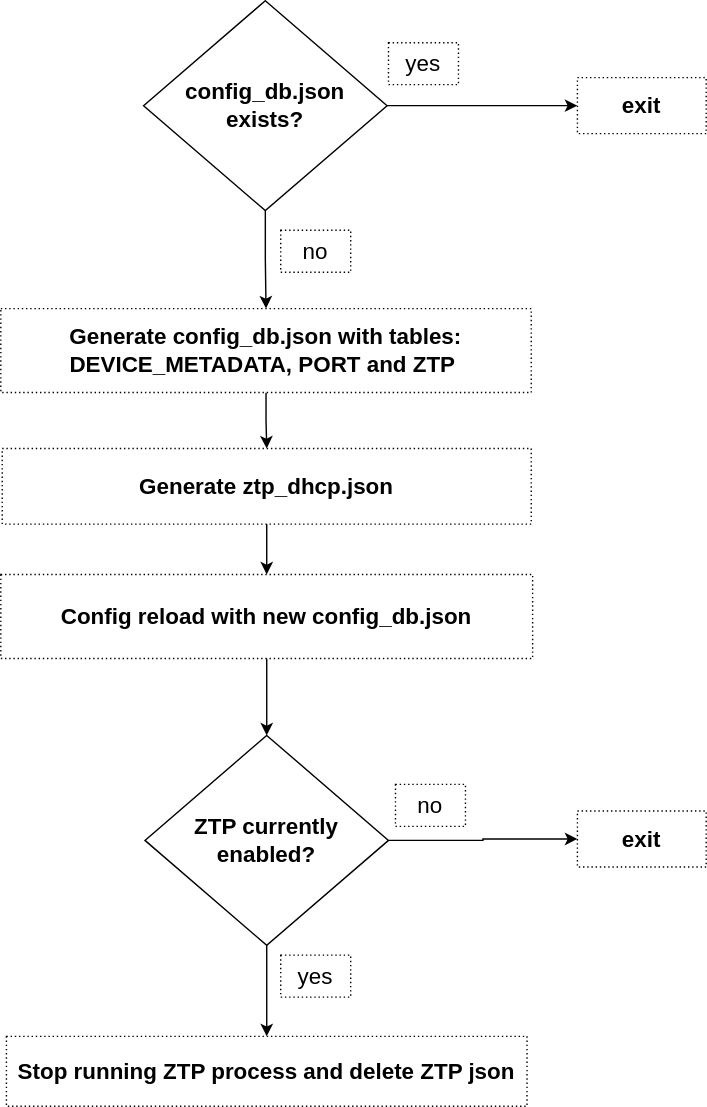
Earlier version of the draw.io export doc/ztp/images/config-setup.svg (liorghub/SONiC). Source tidied: cells renumbered, new cells last; positions are measured from the earlier drawing's top-left corner, leaving out a move shared by most shapes.
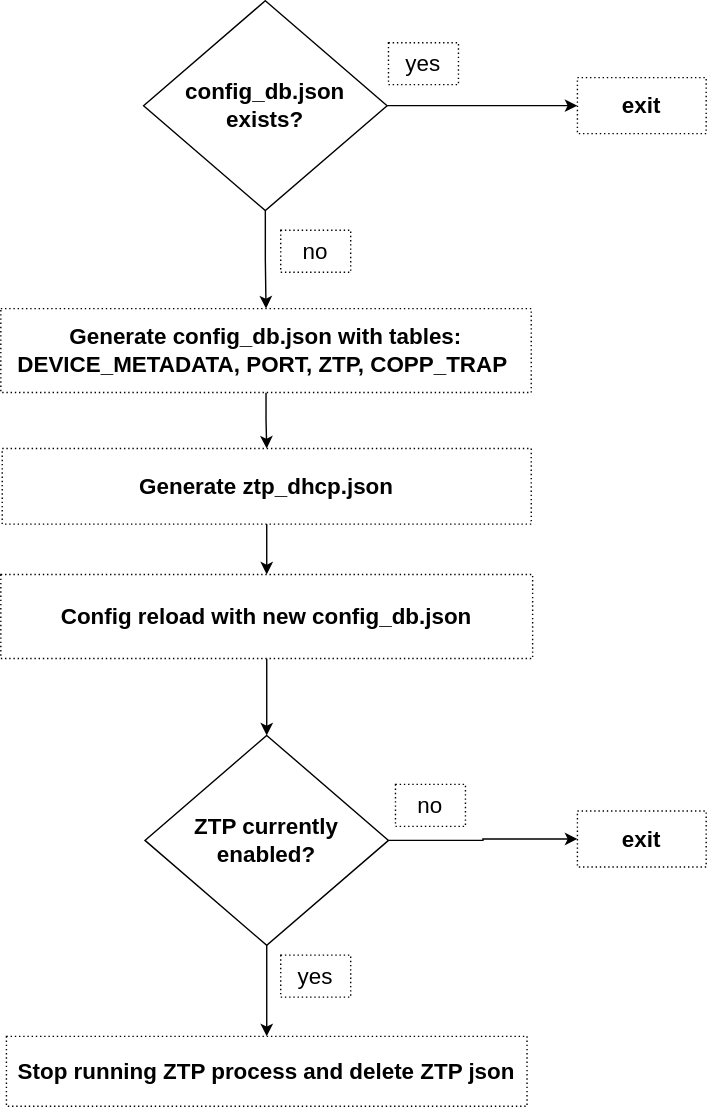
The same file after the commit.

What changed in the source:
```diff
@@ -26,7 +26,7 @@
     <mxCell id="9" style="edgeStyle=orthogonalEdgeStyle;rounded=0;jettySize=auto;html=1;entryX=0.5;entryY=0;entryDx=0;entryDy=0;fontSize=16;" parent="1" edge="1" source="10" target="12">
       <mxGeometry relative="1" as="geometry" />
     </mxCell>
-    <mxCell id="10" value="Generate&amp;nbsp;config_db.json with tables: &lt;br&gt;DEVICE_METADATA, PORT and ZTP&amp;nbsp;" style="rounded=0;whiteSpace=wrap;html=1;dashed=1;dashPattern=1 2;fontSize=16;fontStyle=1;" parent="1" vertex="1">
+    <mxCell id="10" value="Generate&amp;nbsp;config_db.json with tables: &lt;br&gt;DEVICE_METADATA, PORT, ZTP, COPP_TRAP&amp;nbsp;" style="rounded=0;whiteSpace=wrap;html=1;dashed=1;dashPattern=1 2;fontSize=16;fontStyle=1;" parent="1" vertex="1">
       <mxGeometry y="220" width="379" height="60" as="geometry" />
     </mxCell>
     <mxCell id="11" style="edgeStyle=orthogonalEdgeStyle;rounded=0;jettySize=auto;html=1;entryX=0.5;entryY=0;entryDx=0;entryDy=0;fontSize=16;" parent="1" edge="1" source="12" target="14">
```
